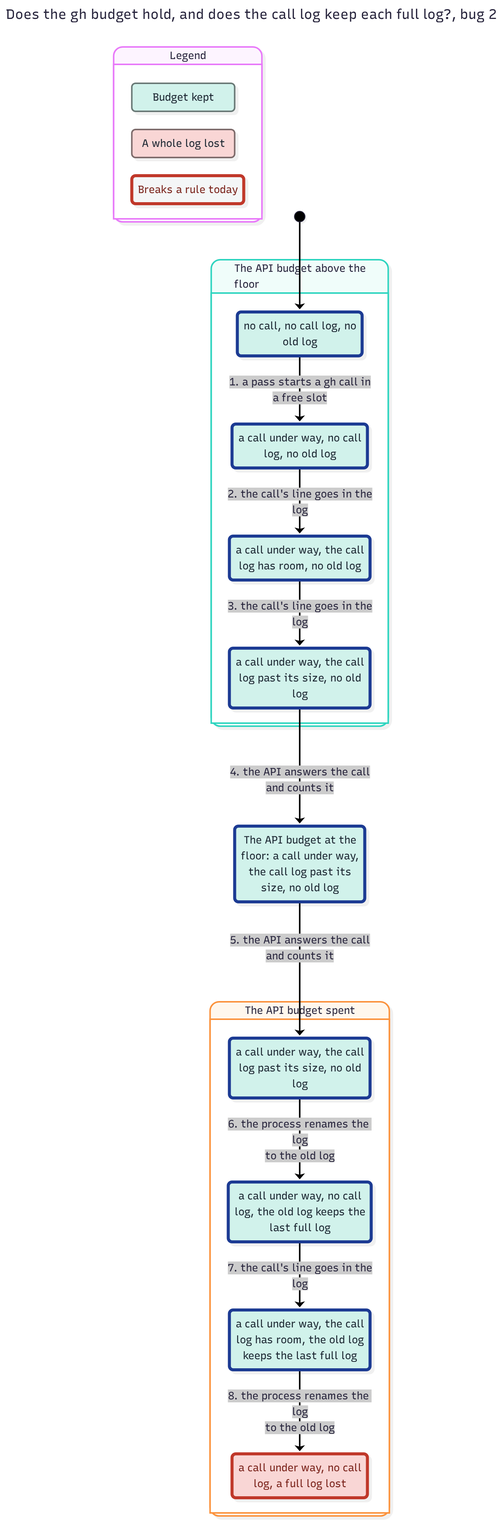
Above: features/jsettings/spec/GhBudget-statechart/bug-2.png in JoshuaHayesWasHere/jstack (Mermaid), before the change. Its source is kept beside it as features/jsettings/spec/GhBudget-statechart/bug-2.mmd.
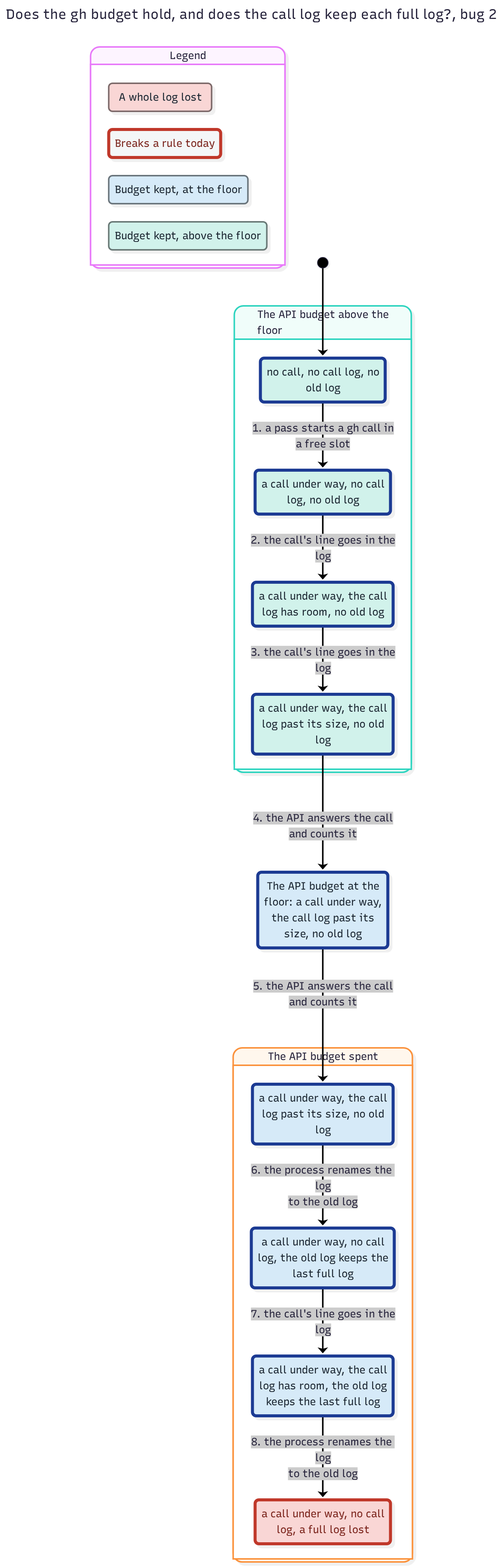
After the change.

Commit message:
fix(jsettings): GhBudget's chart splits the kept budget by the floor, so no group holds more than 15 states

Change to the diagram source:
```diff
@@ -9,15 +9,19 @@
   classDef plainWrong fill:#f4f6f7,stroke:#c0392b,stroke-width:4px,color:#7b241c
   classDef group0 fill:#d1f2eb,stroke:#697976,color:#1b2631
   classDef group0Path fill:#d1f2eb,stroke:#1f3a93,stroke-width:4px,color:#1b2631
-  classDef group2 fill:#f9d6d5,stroke:#7d6b6b,color:#1b2631
-  classDef group2Wrong fill:#f9d6d5,stroke:#c0392b,stroke-width:4px,color:#7b241c
+  classDef group1 fill:#d6eaf8,stroke:#6b757c,color:#1b2631
+  classDef group1Path fill:#d6eaf8,stroke:#1f3a93,stroke-width:4px,color:#1b2631
+  classDef group3 fill:#f9d6d5,stroke:#7d6b6b,color:#1b2631
+  classDef group3Wrong fill:#f9d6d5,stroke:#c0392b,stroke-width:4px,color:#7b241c
   state "Legend" as legend {
-    state "Budget kept" as legendGroup0
-    state "A whole log lost" as legendGroup2
+    state "Budget kept, above the floor" as legendGroup0
+    state "Budget kept, at the floor" as legendGroup1
+    state "A whole log lost" as legendGroup3
     state "Breaks a rule today" as legendWrong
   }
   class legendGroup0 group0
-  class legendGroup2 group2
+  class legendGroup1 group1
+  class legendGroup3 group3
   class legendWrong plainWrong
   state "The API budget above the<br/>floor" as g0 {
     state "a call under way, no call<br/>log, no old log" as s0
@@ -45,8 +49,8 @@
   class s1 group0Path
   class s2 group0Path
   class s3 group0Path
-  class s8 group0Path
-  class s4 group2Wrong
-  class s5 group0Path
-  class s6 group0Path
-  class s7 group0Path
+  class s8 group1Path
+  class s4 group3Wrong
+  class s5 group1Path
+  class s6 group1Path
+  class s7 group1Path
```
